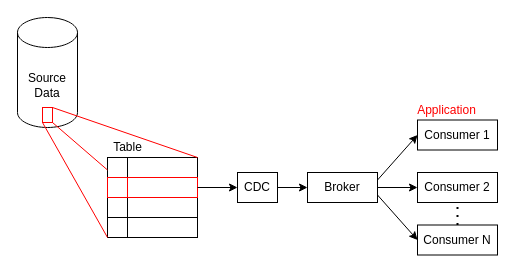
RodrigoCMoraes/fb-postgres-debezium-kafka keeps this draw.io diagram as presentation/cdc.drawio. Above is the earlier version. Source tidied: cells renumbered, new cells numbered last; positions are measured from the earlier drawing's top-left corner, leaving out a move shared by most shapes. Both pictures are drawn from the tidied source at 100%, with x=0, y=0 at pixel (17, 17).
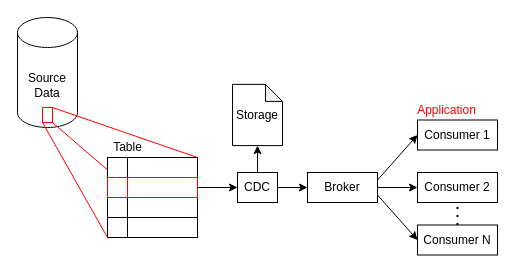
The same diagram, later.

Unchanged cells that the change refers to:
```xml
<mxCell id="14" value="CDC" style="rounded=0;whiteSpace=wrap;html=1;strokeColor=#000000;fillColor=#FFFFFF;" parent="1" vertex="1">
  <mxGeometry x="220" y="155" width="40" height="30" as="geometry" />
</mxCell>
```

Change to the diagram source:
```diff
@@
+    <mxCell id="25" style="edgeStyle=orthogonalEdgeStyle;rounded=0;jettySize=auto;html=1;exitX=0.5;exitY=0;exitDx=0;exitDy=0;entryX=0.5;entryY=1;entryDx=0;entryDy=0;entryPerimeter=0;" parent="1" edge="1" source="14" target="26">
+      <mxGeometry relative="1" as="geometry" />
+    </mxCell>
@@
+    <mxCell id="26" value="Storage" style="shape=note;whiteSpace=wrap;html=1;backgroundOutline=1;darkOpacity=0.05;size=17;" parent="1" vertex="1">
+      <mxGeometry x="215" y="66.9" width="50" height="61.2" as="geometry" />
+    </mxCell>
```
